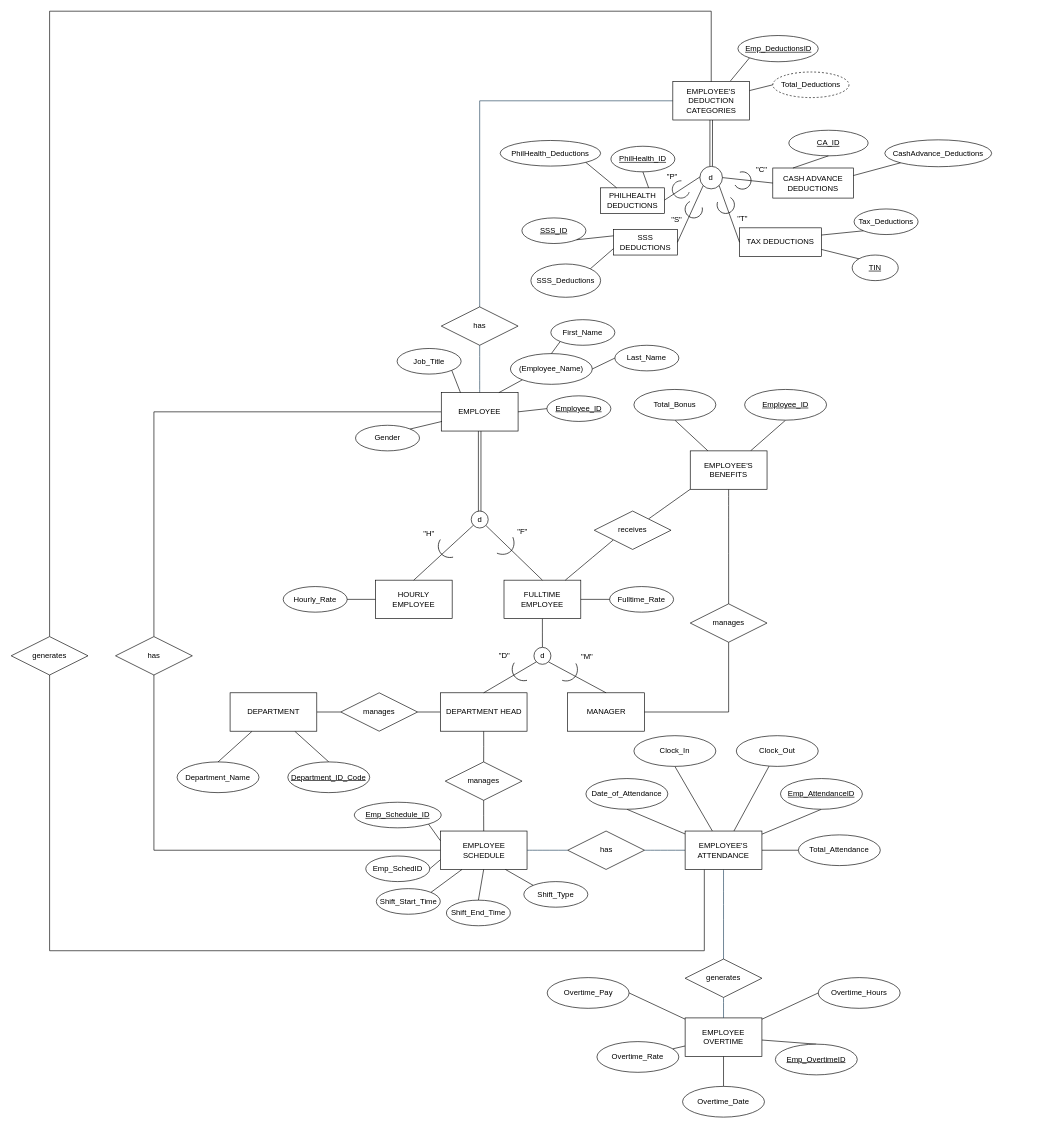
Earlier version of the draw.io diagram page "FINALISMS" (1 of 2) of github-based final nomnom.drawio (SandyLMCD/CC14-payroll-attendance-system). Source tidied: cells renumbered, new cells numbered last; positions are measured from the earlier drawing's top-left corner, leaving out a move shared by most shapes. Both pictures are drawn from the tidied source at 64%, with x=0, y=0 at pixel (11, 11).
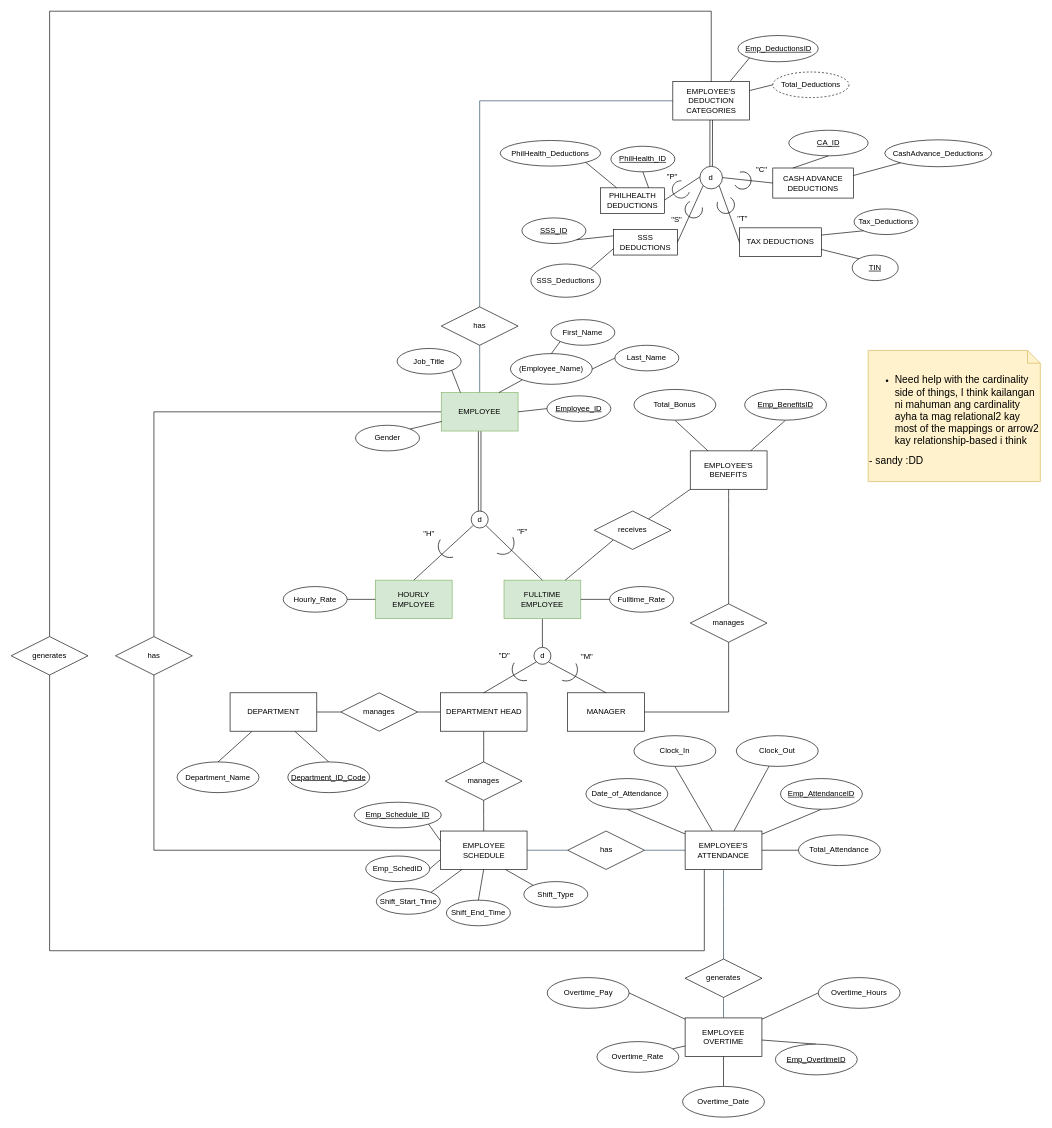
The same diagram, later.

What changed in the source:
```diff
@@
-    <mxCell id="6" value="EMPLOYEE" style="rounded=0;whiteSpace=wrap;html=1;" parent="1" vertex="1">
+    <mxCell id="6" value="EMPLOYEE" style="rounded=0;whiteSpace=wrap;html=1;fillColor=#d5e8d4;strokeColor=#82b366;" parent="1" vertex="1">
       <mxGeometry x="672" y="596" width="120" height="60" as="geometry" />
     </mxCell>
-    <mxCell id="7" value="HOURLY EMPLOYEE" style="rounded=0;whiteSpace=wrap;html=1;" parent="1" vertex="1">
+    <mxCell id="7" value="HOURLY EMPLOYEE" style="rounded=0;whiteSpace=wrap;html=1;fillColor=#d5e8d4;strokeColor=#82b366;" parent="1" vertex="1">
       <mxGeometry x="569" y="889" width="120" height="60" as="geometry" />
     </mxCell>
@@
-    <mxCell id="10" value="FULLTIME EMPLOYEE" style="rounded=0;whiteSpace=wrap;html=1;" parent="1" vertex="1">
+    <mxCell id="10" value="FULLTIME EMPLOYEE" style="rounded=0;whiteSpace=wrap;html=1;fillColor=#d5e8d4;strokeColor=#82b366;" parent="1" vertex="1">
       <mxGeometry x="770" y="889" width="120" height="60" as="geometry" />
     </mxCell>
@@
-    <mxCell id="75" value="&lt;u&gt;Employee_ID&lt;/u&gt;" style="ellipse;whiteSpace=wrap;html=1;align=center;" parent="1" vertex="1">
+    <mxCell id="75" value="&lt;u&gt;Emp_BenefitsID&lt;/u&gt;" style="ellipse;whiteSpace=wrap;html=1;align=center;" parent="1" vertex="1">
       <mxGeometry x="1146" y="591" width="128" height="48" as="geometry" />
     </mxCell>
@@
+    <mxCell id="149" value="&lt;ul&gt;&lt;li&gt;&lt;font style=&quot;font-size: 16px;&quot;&gt;Need help with the cardinality side of things, I think kailangan ni mahuman ang cardinality ayha ta mag relational2 kay most of the mappings or arrow2 kay relationship-based i think&lt;/font&gt;&lt;/li&gt;&lt;/ul&gt;&lt;div&gt;&lt;span style=&quot;font-size: 16px;&quot;&gt;- sandy :DD&lt;/span&gt;&lt;/div&gt;" style="shape=note;size=20;whiteSpace=wrap;html=1;fillColor=#fff2cc;strokeColor=#d6b656;align=left;" parent="1" vertex="1">
+      <mxGeometry x="1339" y="530" width="269" height="205" as="geometry" />
+    </mxCell>
```
